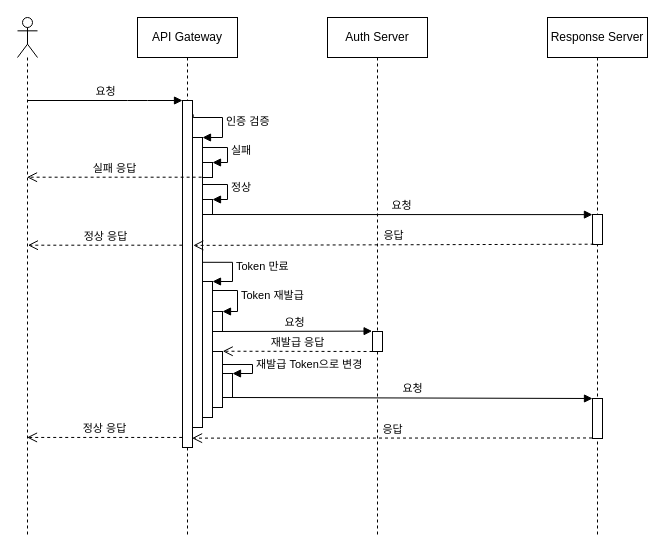
The draw.io diagram API Gateway_Auth-Validate.drawio in sungwookkim/diagram, before the edit. Source tidied: cells renumbered, new cells numbered last; positions are measured from the earlier drawing's top-left corner, leaving out a move shared by most shapes. Both pictures are drawn from the tidied source at 100%, with x=0, y=0 at pixel (17, 17).
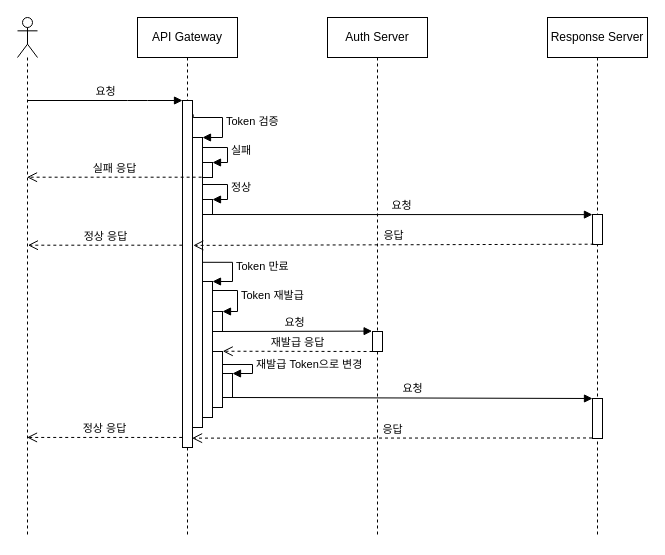
Above is the later version.

The change refers to these unchanged cells:
```xml
<mxCell id="2" value="API Gateway" style="shape=umlLifeline;perimeter=lifelinePerimeter;whiteSpace=wrap;html=1;" parent="1" vertex="1">
  <mxGeometry x="120" width="100" height="520" as="geometry" />
</mxCell>
<mxCell id="3" style="html=1;points=[];perimeter=orthogonalPerimeter;" parent="2" vertex="1">
  <mxGeometry x="45" y="83" width="10" height="347" as="geometry" />
</mxCell>
<mxCell id="4" style="html=1;points=[];perimeter=orthogonalPerimeter;" parent="2" vertex="1">
  <mxGeometry x="55" y="120" width="10" height="290" as="geometry" />
</mxCell>
```

Change to the diagram source:
```diff
@@
-    <mxCell id="5" value="인증 검증" style="edgeStyle=orthogonalEdgeStyle;html=1;align=left;spacingLeft=2;endArrow=block;rounded=0;entryX=1;entryY=0;exitX=1.067;exitY=0.04;exitDx=0;exitDy=0;exitPerimeter=0;" parent="2" edge="1" source="3" target="4">
+    <mxCell id="5" value="Token 검증" style="edgeStyle=orthogonalEdgeStyle;html=1;align=left;spacingLeft=2;endArrow=block;rounded=0;entryX=1;entryY=0;exitX=1.067;exitY=0.04;exitDx=0;exitDy=0;exitPerimeter=0;" parent="2" edge="1" source="3" target="4">
       <mxGeometry relative="1" as="geometry">
         <Array as="points">
           <mxPoint x="85" y="100" />
           <mxPoint x="85" y="120" />
         </Array>
       </mxGeometry>
     </mxCell>
```
